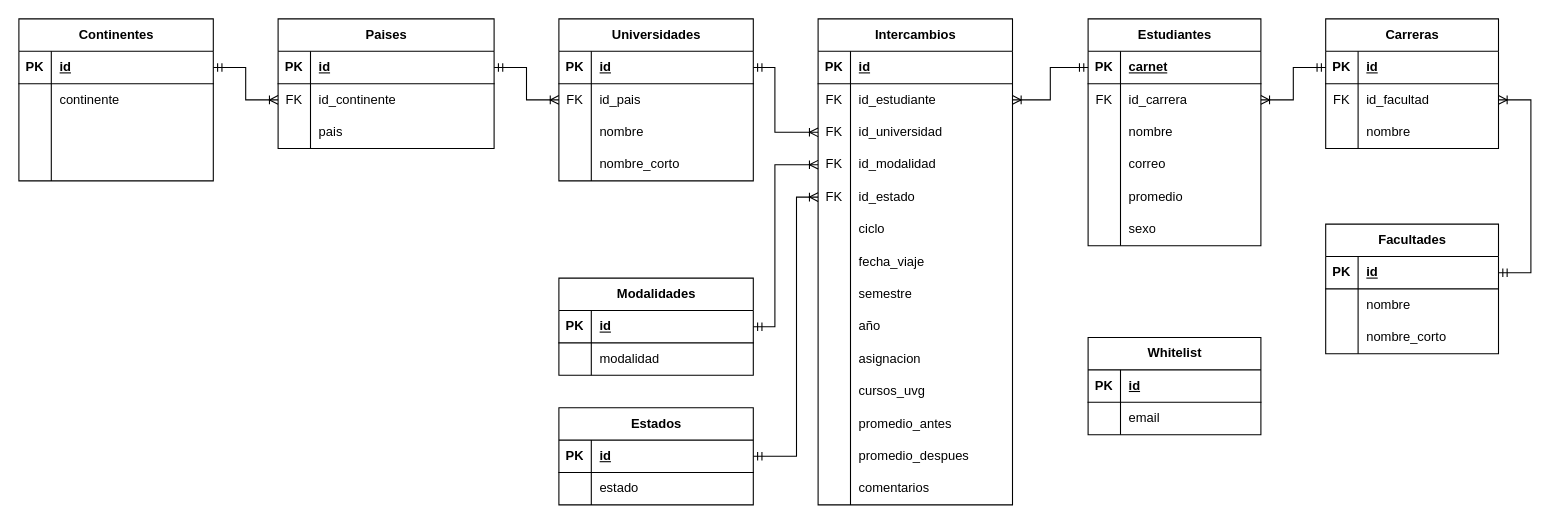
Above: info/ER.drawio in FranzCastillo/UVG-Intercambios (draw.io), before the change. Source tidied: cells renumbered, new cells numbered last; positions are measured from the earlier drawing's top-left corner, leaving out a move shared by most shapes. Both pictures are drawn from the tidied source at 108%, with x=0, y=0 at pixel (18, 18).
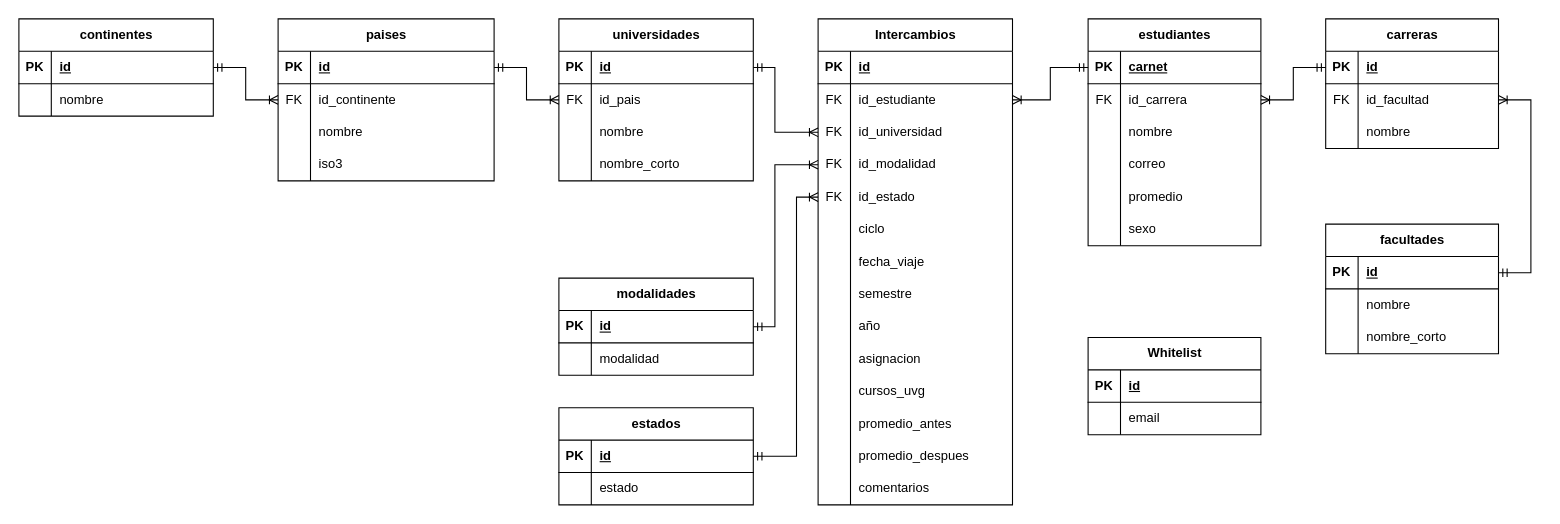
After the change.

Unchanged cells that the change refers to:
```xml
<mxCell id="61" style="shape=tableRow;horizontal=0;startSize=0;swimlaneHead=0;swimlaneBody=0;fillColor=none;top=0;left=0;right=0;bottom=0;" parent="54" vertex="1">
  <mxGeometry y="90" width="200" height="30" as="geometry" />
</mxCell>
<mxCell id="68" style="shape=tableRow;horizontal=0;startSize=0;swimlaneHead=0;swimlaneBody=0;fillColor=none;top=0;left=0;right=0;bottom=0;" parent="64" vertex="1">
  <mxGeometry y="60" width="180" height="30" as="geometry" />
</mxCell>
```

The edit, as a diff of the source:
```diff
@@
-    <mxCell id="2" value="Universidades" style="shape=table;startSize=30;childLayout=tableLayout;rowLines=0;fontStyle=1;align=center;html=1;" parent="1" vertex="1">
+    <mxCell id="2" value="universidades" style="shape=table;startSize=30;childLayout=tableLayout;rowLines=0;fontStyle=1;align=center;html=1;" parent="1" vertex="1">
       <mxGeometry x="500" width="180" height="150" as="geometry" />
     </mxCell>
@@
-    <mxCell id="15" value="Estudiantes" style="shape=table;startSize=30;childLayout=tableLayout;rowLines=0;fontStyle=1;align=center;html=1;" parent="1" vertex="1">
+    <mxCell id="15" value="estudiantes" style="shape=table;startSize=30;childLayout=tableLayout;rowLines=0;fontStyle=1;align=center;html=1;" parent="1" vertex="1">
       <mxGeometry x="990" width="160" height="210" as="geometry" />
     </mxCell>
@@
-    <mxCell id="34" value="Carreras" style="shape=table;startSize=30;childLayout=tableLayout;rowLines=0;fontStyle=1;align=center;html=1;" parent="1" vertex="1">
+    <mxCell id="34" value="carreras" style="shape=table;startSize=30;childLayout=tableLayout;rowLines=0;fontStyle=1;align=center;html=1;" parent="1" vertex="1">
       <mxGeometry x="1210" width="160" height="120" as="geometry" />
     </mxCell>
@@
-    <mxCell id="44" value="Facultades" style="shape=table;startSize=30;childLayout=tableLayout;rowLines=0;fontStyle=1;align=center;html=1;" parent="1" vertex="1">
+    <mxCell id="44" value="facultades" style="shape=table;startSize=30;childLayout=tableLayout;rowLines=0;fontStyle=1;align=center;html=1;" parent="1" vertex="1">
       <mxGeometry x="1210" y="190" width="160" height="120" as="geometry" />
     </mxCell>
@@
-    <mxCell id="54" value="Paises" style="shape=table;startSize=30;childLayout=tableLayout;rowLines=0;fontStyle=1;align=center;html=1;" parent="1" vertex="1">
-      <mxGeometry x="240" width="200" height="120" as="geometry" />
+    <mxCell id="54" value="paises" style="shape=table;startSize=30;childLayout=tableLayout;rowLines=0;fontStyle=1;align=center;html=1;" parent="1" vertex="1">
+      <mxGeometry x="240" width="200" height="150" as="geometry" />
     </mxCell>
@@
-    <mxCell id="63" value="pais" style="shape=partialRectangle;fillColor=none;top=0;left=0;bottom=0;right=0;align=left;spacingLeft=6;overflow=hidden;whiteSpace=wrap;html=1;" parent="61" vertex="1">
+    <mxCell id="63" value="nombre" style="shape=partialRectangle;fillColor=none;top=0;left=0;bottom=0;right=0;align=left;spacingLeft=6;overflow=hidden;whiteSpace=wrap;html=1;" parent="61" vertex="1">
       <mxGeometry x="30" width="170" height="30" as="geometry" />
     </mxCell>
+    <mxCell id="149" style="shape=tableRow;horizontal=0;startSize=0;swimlaneHead=0;swimlaneBody=0;fillColor=none;top=0;left=0;right=0;bottom=0;" parent="54" vertex="1">
+      <mxGeometry y="120" width="200" height="30" as="geometry" />
+    </mxCell>
+    <mxCell id="150" style="shape=partialRectangle;fillColor=none;top=0;left=0;bottom=0;right=0;fontStyle=0;overflow=hidden;whiteSpace=wrap;html=1;" parent="149" vertex="1">
+      <mxGeometry width="30" height="30" as="geometry" />
+    </mxCell>
+    <mxCell id="151" value="iso3" style="shape=partialRectangle;fillColor=none;top=0;left=0;bottom=0;right=0;align=left;spacingLeft=6;fontStyle=0;overflow=hidden;whiteSpace=wrap;html=1;" parent="149" vertex="1">
+      <mxGeometry x="30" width="170" height="30" as="geometry" />
+    </mxCell>
-    <mxCell id="64" value="Continentes" style="shape=table;startSize=30;childLayout=tableLayout;rowLines=0;fontStyle=1;align=center;html=1;" parent="1" vertex="1">
-      <mxGeometry width="180" height="150" as="geometry" />
+    <mxCell id="64" value="continentes" style="shape=table;startSize=30;childLayout=tableLayout;rowLines=0;fontStyle=1;align=center;html=1;" parent="1" vertex="1">
+      <mxGeometry width="180" height="90" as="geometry" />
     </mxCell>
@@
-    <mxCell id="70" value="continente" style="shape=partialRectangle;fillColor=none;top=0;left=0;bottom=0;right=0;align=left;spacingLeft=6;overflow=hidden;whiteSpace=wrap;html=1;" parent="68" vertex="1">
+    <mxCell id="70" value="nombre" style="shape=partialRectangle;fillColor=none;top=0;left=0;bottom=0;right=0;align=left;spacingLeft=6;overflow=hidden;whiteSpace=wrap;html=1;" parent="68" vertex="1">
       <mxGeometry x="30" width="150" height="30" as="geometry" />
     </mxCell>
-    <mxCell id="71" style="shape=tableRow;horizontal=0;startSize=0;swimlaneHead=0;swimlaneBody=0;fillColor=none;top=0;left=0;right=0;bottom=0;" parent="64" vertex="1">
-      <mxGeometry y="90" width="180" height="30" as="geometry" />
-    </mxCell>
-    <mxCell id="72" style="shape=partialRectangle;fillColor=none;top=0;left=0;bottom=0;right=0;overflow=hidden;whiteSpace=wrap;html=1;" parent="71" vertex="1">
-      <mxGeometry width="30" height="30" as="geometry" />
-    </mxCell>
-    <mxCell id="73" style="shape=partialRectangle;fillColor=none;top=0;left=0;bottom=0;right=0;align=left;spacingLeft=6;overflow=hidden;whiteSpace=wrap;html=1;" parent="71" vertex="1">
-      <mxGeometry x="30" width="150" height="30" as="geometry" />
-    </mxCell>
-    <mxCell id="74" style="shape=tableRow;horizontal=0;startSize=0;swimlaneHead=0;swimlaneBody=0;fillColor=none;top=0;left=0;right=0;bottom=0;" parent="64" vertex="1">
-      <mxGeometry y="120" width="180" height="30" as="geometry" />
-    </mxCell>
-    <mxCell id="75" style="shape=partialRectangle;fillColor=none;top=0;left=0;bottom=0;right=0;overflow=hidden;whiteSpace=wrap;html=1;" parent="74" vertex="1">
-      <mxGeometry width="30" height="30" as="geometry" />
-    </mxCell>
-    <mxCell id="76" style="shape=partialRectangle;fillColor=none;top=0;left=0;bottom=0;right=0;align=left;spacingLeft=6;overflow=hidden;whiteSpace=wrap;html=1;" parent="74" vertex="1">
-      <mxGeometry x="30" width="150" height="30" as="geometry" />
-    </mxCell>
@@
-    <mxCell id="124" value="Estados" style="shape=table;startSize=30;childLayout=tableLayout;rowLines=0;fontStyle=1;align=center;html=1;" parent="1" vertex="1">
+    <mxCell id="124" value="estados" style="shape=table;startSize=30;childLayout=tableLayout;rowLines=0;fontStyle=1;align=center;html=1;" parent="1" vertex="1">
       <mxGeometry x="500" y="360" width="180" height="90" as="geometry" />
     </mxCell>
@@
-    <mxCell id="131" value="Modalidades" style="shape=table;startSize=30;childLayout=tableLayout;rowLines=0;fontStyle=1;align=center;html=1;" parent="1" vertex="1">
+    <mxCell id="131" value="modalidades" style="shape=table;startSize=30;childLayout=tableLayout;rowLines=0;fontStyle=1;align=center;html=1;" parent="1" vertex="1">
       <mxGeometry x="500" y="240" width="180" height="90" as="geometry" />
     </mxCell>
```
